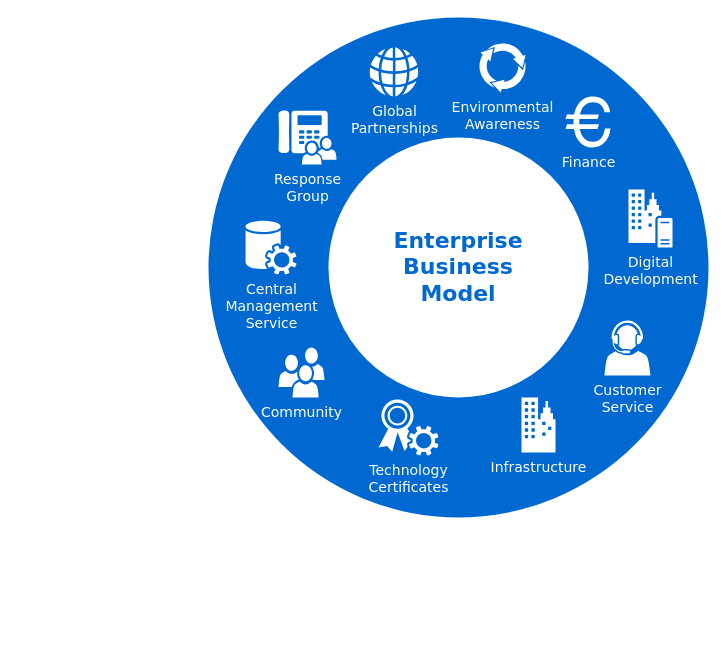
The draw.io diagram Untitled Diagram.drawio in MrTallon/draw, before the edit. Source tidied: cells renumbered, new cells numbered last; positions are measured from the earlier drawing's top-left corner, leaving out a move shared by most shapes. Both pictures are drawn from the tidied source at 100%, with x=0, y=0 at pixel (208, 17).
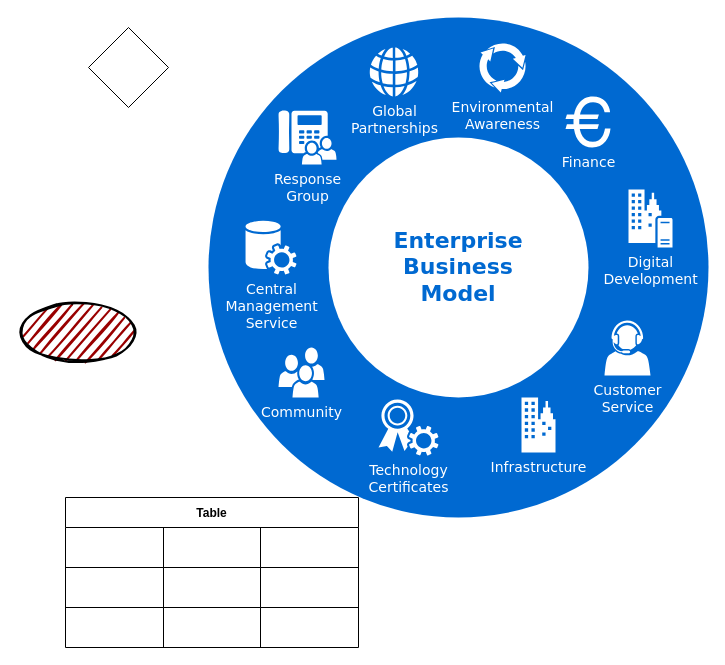
After the change.

The edit, as a diff of the source:
```diff
@@
+    <mxCell id="14" style="rhombus;whiteSpace=wrap;html=1;" parent="1" vertex="1">
+      <mxGeometry x="-120" y="10" width="80" height="80" as="geometry" />
+    </mxCell>
+    <mxCell id="15" value="Table" style="shape=table;startSize=30;childLayout=tableLayout;fontStyle=1;align=center;" parent="1" vertex="1">
+      <mxGeometry x="-143" y="480" width="293" height="150" as="geometry" />
+    </mxCell>
+    <mxCell id="16" style="shape=partialRectangle;html=1;whiteSpace=wrap;fillColor=none;top=0;left=0;bottom=0;right=0;" parent="15" vertex="1">
+      <mxGeometry y="30" width="293" height="40" as="geometry" />
+    </mxCell>
+    <mxCell id="17" style="shape=partialRectangle;html=1;whiteSpace=wrap;fillColor=none;top=0;left=0;bottom=0;right=0;overflow=hidden;" parent="16" vertex="1">
+      <mxGeometry width="98" height="40" as="geometry" />
+    </mxCell>
+    <mxCell id="18" style="shape=partialRectangle;html=1;whiteSpace=wrap;fillColor=none;top=0;left=0;bottom=0;right=0;overflow=hidden;" parent="16" vertex="1">
+      <mxGeometry x="98" width="97" height="40" as="geometry" />
+    </mxCell>
+    <mxCell id="19" style="shape=partialRectangle;html=1;whiteSpace=wrap;fillColor=none;top=0;left=0;bottom=0;right=0;overflow=hidden;" parent="16" vertex="1">
+      <mxGeometry x="195" width="98" height="40" as="geometry" />
+    </mxCell>
+    <mxCell id="20" style="shape=partialRectangle;html=1;whiteSpace=wrap;fillColor=none;top=0;left=0;bottom=0;right=0;" parent="15" vertex="1">
+      <mxGeometry y="70" width="293" height="40" as="geometry" />
+    </mxCell>
+    <mxCell id="21" style="shape=partialRectangle;html=1;whiteSpace=wrap;fillColor=none;top=0;left=0;bottom=0;right=0;overflow=hidden;" parent="20" vertex="1">
+      <mxGeometry width="98" height="40" as="geometry" />
+    </mxCell>
+    <mxCell id="22" style="shape=partialRectangle;html=1;whiteSpace=wrap;fillColor=none;top=0;left=0;bottom=0;right=0;overflow=hidden;" parent="20" vertex="1">
+      <mxGeometry x="98" width="97" height="40" as="geometry" />
+    </mxCell>
+    <mxCell id="23" style="shape=partialRectangle;html=1;whiteSpace=wrap;fillColor=none;top=0;left=0;bottom=0;right=0;overflow=hidden;" parent="20" vertex="1">
+      <mxGeometry x="195" width="98" height="40" as="geometry" />
+    </mxCell>
+    <mxCell id="24" style="shape=partialRectangle;html=1;whiteSpace=wrap;fillColor=none;top=0;left=0;bottom=0;right=0;" parent="15" vertex="1">
+      <mxGeometry y="110" width="293" height="40" as="geometry" />
+    </mxCell>
+    <mxCell id="25" style="shape=partialRectangle;html=1;whiteSpace=wrap;fillColor=none;top=0;left=0;bottom=0;right=0;overflow=hidden;" parent="24" vertex="1">
+      <mxGeometry width="98" height="40" as="geometry" />
+    </mxCell>
+    <mxCell id="26" style="shape=partialRectangle;html=1;whiteSpace=wrap;fillColor=none;top=0;left=0;bottom=0;right=0;overflow=hidden;" parent="24" vertex="1">
+      <mxGeometry x="98" width="97" height="40" as="geometry" />
+    </mxCell>
+    <mxCell id="27" style="shape=partialRectangle;html=1;whiteSpace=wrap;fillColor=none;top=0;left=0;bottom=0;right=0;overflow=hidden;" parent="24" vertex="1">
+      <mxGeometry x="195" width="98" height="40" as="geometry" />
+    </mxCell>
+    <mxCell id="28" style="ellipse;whiteSpace=wrap;html=1;strokeWidth=2;fillWeight=2;hachureGap=8;fillColor=#990000;fillStyle=dots;sketch=1;" parent="1" vertex="1">
+      <mxGeometry x="-190" y="285" width="120" height="60" as="geometry" />
+    </mxCell>
```
